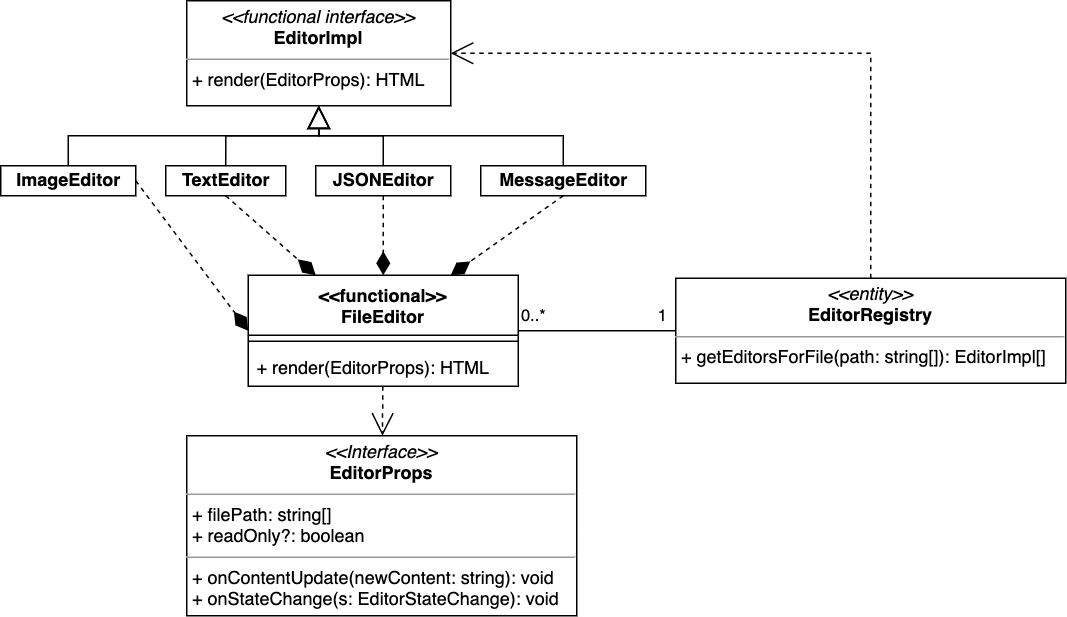
Above: ba-text/pics/abstract_editor_uml.drawio.png in lokmeinmatz/ba-docs (draw.io), before the change. Source tidied: cells renumbered, new cells last; positions are measured from the earlier drawing's top-left corner, leaving out a move shared by most shapes.
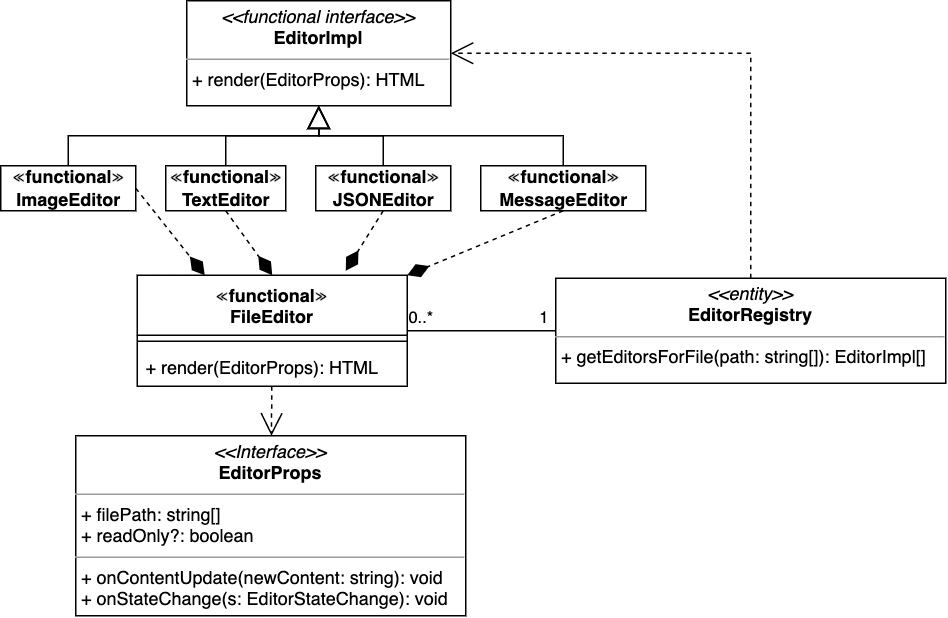
After the commit.

Diff of the diagram source:
```diff
@@ -3,34 +3,36 @@
     <mxCell id="0" />
     <mxCell id="1" parent="0" />
     <mxCell id="2" value="&lt;p style=&quot;margin: 0px ; margin-top: 4px ; text-align: center&quot;&gt;&lt;i&gt;&amp;lt;&amp;lt;Interface&amp;gt;&amp;gt;&lt;/i&gt;&lt;br&gt;&lt;b&gt;EditorProps&lt;/b&gt;&lt;/p&gt;&lt;hr size=&quot;1&quot;&gt;&lt;p style=&quot;margin: 0px ; margin-left: 4px&quot;&gt;+ filePath: string[]&lt;br&gt;+ readOnly?: boolean&lt;/p&gt;&lt;hr size=&quot;1&quot;&gt;&lt;p style=&quot;margin: 0px ; margin-left: 4px&quot;&gt;+ onContentUpdate(newContent: string): void&lt;br&gt;+ onStateChange(s: EditorStateChange): void&lt;/p&gt;" style="verticalAlign=top;align=left;overflow=fill;fontSize=12;fontFamily=Helvetica;html=1;" parent="1" vertex="1">
-      <mxGeometry x="124" y="290" width="260" height="120" as="geometry" />
+      <mxGeometry x="50" y="290" width="260" height="120" as="geometry" />
     </mxCell>
-    <mxCell id="3" style="edgeStyle=none;html=1;exitX=0.5;exitY=1;exitDx=0;exitDy=0;entryX=0.25;entryY=0;entryDx=0;entryDy=0;dashed=1;endArrow=diamondThin;endFill=1;endSize=13;strokeWidth=1;" parent="1" edge="1" source="5" target="16">
+    <mxCell id="3" style="edgeStyle=none;html=1;exitX=0.5;exitY=1;exitDx=0;exitDy=0;entryX=0.5;entryY=0;entryDx=0;entryDy=0;dashed=1;endArrow=diamondThin;endFill=1;endSize=13;strokeWidth=1;" parent="1" edge="1" source="5" target="16">
       <mxGeometry relative="1" as="geometry" />
     </mxCell>
     <mxCell id="4" style="edgeStyle=orthogonalEdgeStyle;rounded=0;jumpSize=3;html=1;exitX=0.5;exitY=0;exitDx=0;exitDy=0;entryX=0.5;entryY=1;entryDx=0;entryDy=0;endArrow=block;endFill=0;endSize=13;strokeWidth=1;" parent="1" edge="1" source="5" target="24">
       <mxGeometry relative="1" as="geometry" />
     </mxCell>
-    <mxCell id="5" value="TextEditor" style="html=1;fontStyle=1;" parent="1" vertex="1">
-      <mxGeometry x="110" y="110" width="80" height="20" as="geometry" />
+    <mxCell id="5" value="&lt;span style=&quot;border-color: var(--border-color); font-family: u2000;&quot; id=&quot;char-node&quot;&gt;≪&lt;/span&gt;functional&lt;span style=&quot;border-color: var(--border-color); font-family: u2000;&quot; id=&quot;char-node&quot;&gt;≫&lt;/span&gt;&lt;br&gt;TextEditor" style="html=1;fontStyle=1;" parent="1" vertex="1">
+      <mxGeometry x="110" y="110" width="80" height="30" as="geometry" />
     </mxCell>
-    <mxCell id="6" style="edgeStyle=none;html=1;exitX=0.5;exitY=1;exitDx=0;exitDy=0;entryX=0.5;entryY=0;entryDx=0;entryDy=0;dashed=1;endArrow=diamondThin;endFill=1;endSize=13;strokeWidth=1;" parent="1" edge="1" source="8" target="16">
-      <mxGeometry relative="1" as="geometry" />
+    <mxCell id="6" style="edgeStyle=none;html=1;exitX=0.5;exitY=1;exitDx=0;exitDy=0;dashed=1;endArrow=diamondThin;endFill=1;endSize=13;strokeWidth=1;" parent="1" edge="1" source="8">
+      <mxGeometry relative="1" as="geometry">
+        <mxPoint x="230" y="180" as="targetPoint" />
+      </mxGeometry>
     </mxCell>
     <mxCell id="7" style="edgeStyle=orthogonalEdgeStyle;rounded=0;jumpSize=3;html=1;exitX=0.5;exitY=0;exitDx=0;exitDy=0;entryX=0.5;entryY=1;entryDx=0;entryDy=0;endArrow=block;endFill=0;endSize=13;strokeWidth=1;" parent="1" edge="1" source="8" target="24">
       <mxGeometry relative="1" as="geometry" />
     </mxCell>
-    <mxCell id="8" value="JSONEditor" style="html=1;fontStyle=1;" parent="1" vertex="1">
-      <mxGeometry x="210" y="110" width="90" height="20" as="geometry" />
+    <mxCell id="8" value="&lt;span style=&quot;border-color: var(--border-color); font-family: u2000;&quot; id=&quot;char-node&quot;&gt;≪&lt;/span&gt;functional&lt;span style=&quot;border-color: var(--border-color); font-family: u2000;&quot; id=&quot;char-node&quot;&gt;≫&lt;/span&gt;&lt;br&gt;JSONEditor" style="html=1;fontStyle=1;" parent="1" vertex="1">
+      <mxGeometry x="210" y="110" width="90" height="30" as="geometry" />
     </mxCell>
-    <mxCell id="9" style="edgeStyle=none;html=1;exitX=0.5;exitY=1;exitDx=0;exitDy=0;entryX=0.75;entryY=0;entryDx=0;entryDy=0;dashed=1;endArrow=diamondThin;endFill=1;endSize=13;strokeWidth=1;" parent="1" edge="1" source="11" target="16">
+    <mxCell id="9" style="edgeStyle=none;html=1;exitX=0.5;exitY=1;exitDx=0;exitDy=0;dashed=1;endArrow=diamondThin;endFill=1;endSize=13;strokeWidth=1;entryX=1;entryY=0;entryDx=0;entryDy=0;" parent="1" edge="1" source="11" target="16">
       <mxGeometry relative="1" as="geometry" />
     </mxCell>
     <mxCell id="10" style="edgeStyle=orthogonalEdgeStyle;rounded=0;jumpSize=3;html=1;exitX=0.5;exitY=0;exitDx=0;exitDy=0;entryX=0.5;entryY=1;entryDx=0;entryDy=0;endArrow=block;endFill=0;endSize=13;strokeWidth=1;" parent="1" edge="1" source="11" target="24">
       <mxGeometry relative="1" as="geometry" />
     </mxCell>
-    <mxCell id="11" value="MessageEditor" style="html=1;fontStyle=1;" parent="1" vertex="1">
-      <mxGeometry x="320" y="110" width="110" height="20" as="geometry" />
+    <mxCell id="11" value="&lt;span style=&quot;border-color: var(--border-color); font-family: u2000;&quot; id=&quot;char-node&quot;&gt;≪&lt;/span&gt;functional&lt;span style=&quot;border-color: var(--border-color); font-family: u2000;&quot; id=&quot;char-node&quot;&gt;≫&lt;/span&gt;&lt;br&gt;MessageEditor" style="html=1;fontStyle=1;" parent="1" vertex="1">
+      <mxGeometry x="320" y="110" width="110" height="30" as="geometry" />
     </mxCell>
     <mxCell id="12" style="edgeStyle=none;html=1;endArrow=open;endFill=0;endSize=13;strokeWidth=1;dashed=1;" parent="1" edge="1" source="16" target="2">
       <mxGeometry relative="1" as="geometry" />
@@ -48,8 +50,8 @@
         <mxPoint y="-10" as="offset" />
       </mxGeometry>
     </mxCell>
-    <mxCell id="16" value="&lt;&lt;functional&gt;&gt;&#10;FileEditor" style="swimlane;fontStyle=1;align=center;verticalAlign=top;horizontal=1;startSize=40;" parent="1" vertex="1">
-      <mxGeometry x="165" y="183" width="180" height="74" as="geometry" />
+    <mxCell id="16" value="≪functional≫&#10;FileEditor" style="swimlane;fontStyle=1;align=center;verticalAlign=top;horizontal=1;startSize=40;" parent="1" vertex="1">
+      <mxGeometry x="91" y="183" width="180" height="74" as="geometry" />
     </mxCell>
     <mxCell id="17" style="line;strokeWidth=1;fillColor=none;align=left;verticalAlign=middle;spacingTop=-1;spacingLeft=3;spacingRight=3;labelPosition=right;" parent="16" vertex="1">
       <mxGeometry y="40" width="180" height="8" as="geometry" />
@@ -57,20 +59,20 @@
     <mxCell id="18" value="+ render(EditorProps): HTML" style="text;strokeColor=none;fillColor=none;align=left;verticalAlign=top;spacingLeft=4;spacingRight=4;overflow=hidden;" parent="16" vertex="1">
       <mxGeometry y="48" width="180" height="26" as="geometry" />
     </mxCell>
-    <mxCell id="19" style="edgeStyle=none;html=1;exitX=1;exitY=0.5;exitDx=0;exitDy=0;entryX=0;entryY=0.5;entryDx=0;entryDy=0;dashed=1;endArrow=diamondThin;endFill=1;endSize=13;strokeWidth=1;" parent="1" edge="1" source="21" target="16">
+    <mxCell id="19" style="edgeStyle=none;html=1;exitX=1;exitY=0.5;exitDx=0;exitDy=0;entryX=0.25;entryY=0;entryDx=0;entryDy=0;dashed=1;endArrow=diamondThin;endFill=1;endSize=13;strokeWidth=1;" parent="1" edge="1" source="21" target="16">
       <mxGeometry relative="1" as="geometry" />
     </mxCell>
     <mxCell id="20" style="edgeStyle=orthogonalEdgeStyle;rounded=0;jumpSize=3;html=1;exitX=0.5;exitY=0;exitDx=0;exitDy=0;endArrow=block;endFill=0;endSize=13;strokeWidth=1;" parent="1" edge="1" source="21" target="24">
       <mxGeometry relative="1" as="geometry" />
     </mxCell>
-    <mxCell id="21" value="ImageEditor" style="html=1;fontStyle=1;" parent="1" vertex="1">
-      <mxGeometry y="110" width="90" height="20" as="geometry" />
+    <mxCell id="21" value="&lt;span style=&quot;font-family:u2000&quot; id=&quot;char-node&quot;&gt;≪&lt;/span&gt;functional&lt;span style=&quot;font-family:u2000&quot; id=&quot;char-node&quot;&gt;≫&lt;/span&gt;&lt;br&gt;ImageEditor" style="html=1;fontStyle=1;" parent="1" vertex="1">
+      <mxGeometry y="110" width="90" height="30" as="geometry" />
     </mxCell>
     <mxCell id="22" style="edgeStyle=orthogonalEdgeStyle;rounded=0;jumpSize=3;html=1;exitX=0.5;exitY=0;exitDx=0;exitDy=0;entryX=1;entryY=0.5;entryDx=0;entryDy=0;endArrow=open;endFill=0;endSize=13;strokeWidth=1;dashed=1;" parent="1" edge="1" source="23" target="24">
       <mxGeometry relative="1" as="geometry" />
     </mxCell>
     <mxCell id="23" value="&lt;p style=&quot;margin: 0px ; margin-top: 4px ; text-align: center&quot;&gt;&lt;i&gt;&amp;lt;&amp;lt;entity&amp;gt;&amp;gt;&lt;/i&gt;&lt;br&gt;&lt;b&gt;EditorRegistry&lt;/b&gt;&lt;/p&gt;&lt;hr size=&quot;1&quot;&gt;&lt;p style=&quot;margin: 0px ; margin-left: 4px&quot;&gt;+ getEditorsForFile(path: string[]): EditorImpl[]&lt;/p&gt;" style="verticalAlign=top;align=left;overflow=fill;fontSize=12;fontFamily=Helvetica;html=1;" parent="1" vertex="1">
-      <mxGeometry x="450" y="185" width="260" height="70" as="geometry" />
+      <mxGeometry x="370" y="185" width="260" height="70" as="geometry" />
     </mxCell>
     <mxCell id="24" value="&lt;p style=&quot;margin: 0px ; margin-top: 4px ; text-align: center&quot;&gt;&lt;i&gt;&amp;lt;&amp;lt;functional interface&amp;gt;&amp;gt;&lt;/i&gt;&lt;br&gt;&lt;b&gt;EditorImpl&lt;/b&gt;&lt;/p&gt;&lt;hr size=&quot;1&quot;&gt;&lt;p style=&quot;margin: 0px ; margin-left: 4px&quot;&gt;+ render(EditorProps): HTML&lt;/p&gt;" style="verticalAlign=top;align=left;overflow=fill;fontSize=12;fontFamily=Helvetica;html=1;" parent="1" vertex="1">
       <mxGeometry x="124" width="176" height="70" as="geometry" />
```
